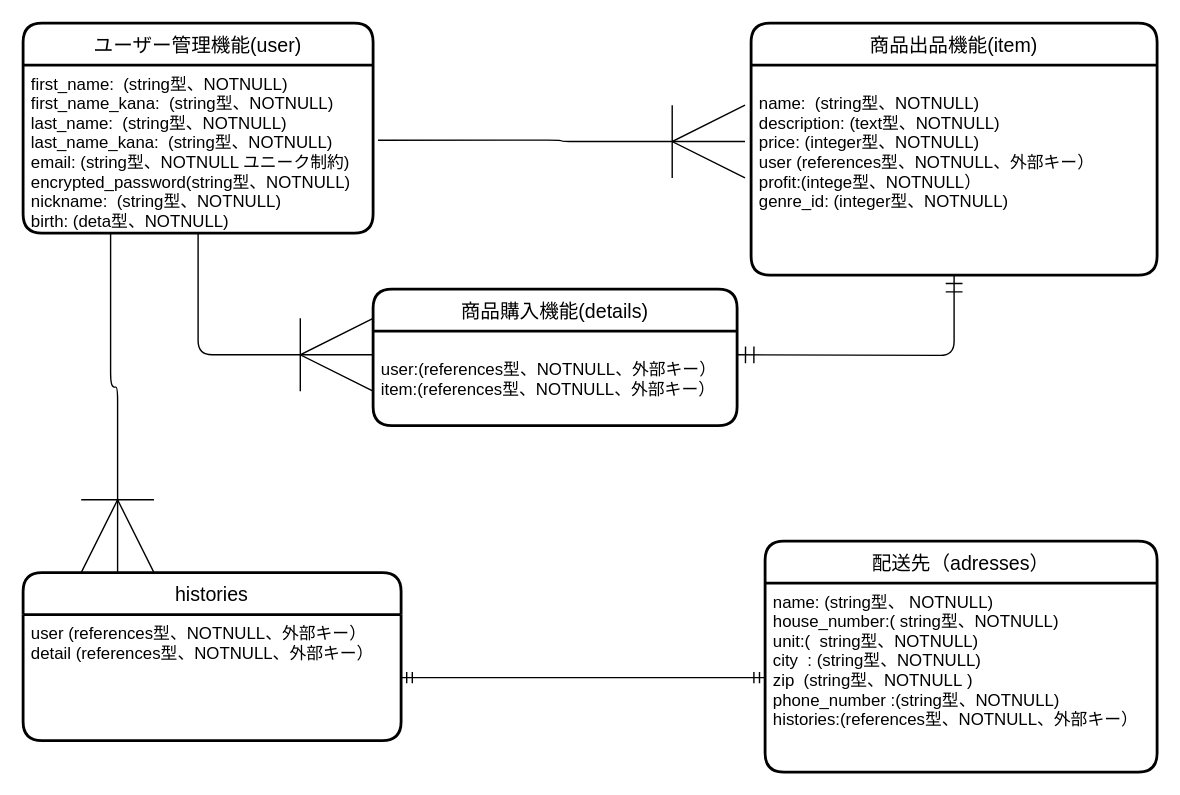
The draw.io diagram furima.dio in yoshiocamp/furima-40747, before the edit. Source tidied: cells renumbered, new cells numbered last; positions are measured from the earlier drawing's top-left corner, leaving out a move shared by most shapes. Both pictures are drawn from the tidied source at 140%, with x=0, y=0 at pixel (22, 22).
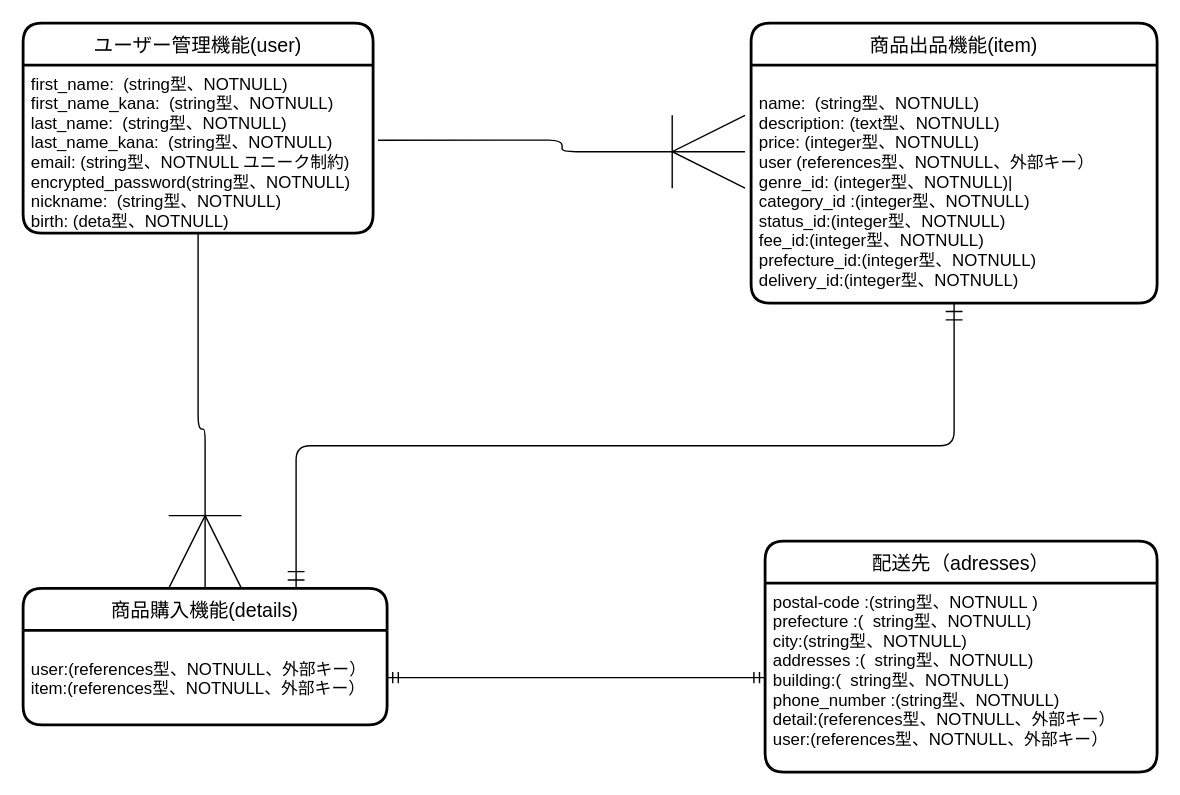
After the change.

Commit message (it also covers changes not shown here):
DB設計の修正５

The change refers to these unchanged cells:
```xml
<mxCell id="3" value="first_name:  (string型、NOTNULL)&#10;first_name_kana:  (string型、NOTNULL)&#10;last_name:  (string型、NOTNULL)&#10;last_name_kana:  (string型、NOTNULL)&#10;email: (string型、NOTNULL ユニーク制約)&#10;encrypted_password(string型、NOTNULL)&#10;nickname:  (string型、NOTNULL)&#10;birth: (deta型、NOTNULL)&#10;" style="align=left;strokeColor=none;fillColor=none;spacingLeft=4;fontSize=12;verticalAlign=top;" parent="2" vertex="1">
  <mxGeometry y="30" width="250" height="120" as="geometry" />
</mxCell>
<mxCell id="5" value="&#10;user:(references型、NOTNULL、外部キー）&#10;item:(references型、NOTNULL、外部キー）&#10;" style="align=left;strokeColor=none;fillColor=none;spacingLeft=4;fontSize=12;verticalAlign=top;" parent="4" vertex="1">
  <mxGeometry y="30" width="260" height="67.5" as="geometry" />
</mxCell>
<mxCell id="11" value="配送先（adresses）" style="swimlane;horizontal=1;startSize=30;rounded=1;fontSize=14;fontStyle=0;strokeWidth=2;shadow=0;dashed=0;align=center;" parent="1" vertex="1">
  <mxGeometry x="530" y="370" width="280" height="165" as="geometry" />
</mxCell>
```

Change to the diagram source:
```diff
@@
     <mxCell id="4" value="商品購入機能(details)" style="swimlane;horizontal=1;startSize=30;rounded=1;fontSize=14;fontStyle=0;strokeWidth=2;shadow=0;dashed=0;align=center;" parent="1" vertex="1">
-      <mxGeometry x="250" y="190" width="260" height="97.5" as="geometry" />
+      <mxGeometry y="403.8" width="260" height="97.5" as="geometry" />
     </mxCell>
@@
     <mxCell id="6" value="商品出品機能(item)" style="swimlane;horizontal=1;startSize=30;rounded=1;fontSize=14;fontStyle=0;strokeWidth=2;shadow=0;dashed=0;align=center;" parent="1" vertex="1">
-      <mxGeometry x="520" width="290" height="180" as="geometry" />
+      <mxGeometry x="520" width="290" height="200" as="geometry" />
     </mxCell>
-    <mxCell id="7" value="&#10;name:  (string型、NOTNULL)&#10;description: (text型、NOTNULL)&#10;price: (integer型、NOTNULL)&#10;user (references型、NOTNULL、外部キー）&#10;profit:(intege型、NOTNULL）&#10;genre_id: (integer型、NOTNULL)" style="align=left;strokeColor=none;fillColor=none;spacingLeft=4;fontSize=12;verticalAlign=top;" parent="6" vertex="1">
-      <mxGeometry y="30" width="290" height="150" as="geometry" />
+    <mxCell id="7" value="&#10;name:  (string型、NOTNULL)&#10;description: (text型、NOTNULL)&#10;price: (integer型、NOTNULL)&#10;user (references型、NOTNULL、外部キー）&#10;genre_id: (integer型、NOTNULL)|&#10;category_id :(integer型、NOTNULL)&#10;status_id:(integer型、NOTNULL)&#10;fee_id:(integer型、NOTNULL)&#10;prefecture_id:(integer型、NOTNULL)&#10;delivery_id:(integer型、NOTNULL)" style="align=left;strokeColor=none;fillColor=none;spacingLeft=4;fontSize=12;verticalAlign=top;" parent="6" vertex="1">
+      <mxGeometry y="30" width="290" height="170" as="geometry" />
     </mxCell>
@@
-    <mxCell id="9" style="edgeStyle=orthogonalEdgeStyle;fontSize=12;html=1;endArrow=ERoneToMany;startSize=10;endSize=50;sourcePerimeterSpacing=0;targetPerimeterSpacing=0;jumpStyle=none;jumpSize=5;exitX=0.5;exitY=1;exitDx=0;exitDy=0;entryX=0;entryY=0.25;entryDx=0;entryDy=0;" parent="1" edge="1" source="3">
+    <mxCell id="9" style="edgeStyle=orthogonalEdgeStyle;fontSize=12;html=1;endArrow=ERoneToMany;startSize=10;endSize=50;sourcePerimeterSpacing=0;targetPerimeterSpacing=0;jumpStyle=none;jumpSize=5;exitX=0.5;exitY=1;exitDx=0;exitDy=0;entryX=0.5;entryY=0;entryDx=0;entryDy=0;" parent="1" edge="1" source="3" target="4">
       <mxGeometry relative="1" as="geometry">
-        <mxPoint x="250" y="236.9" as="targetPoint" />
         <Array as="points">
-          <mxPoint x="125" y="237" />
+          <mxPoint x="125" y="290" />
+          <mxPoint x="130" y="290" />
         </Array>
       </mxGeometry>
     </mxCell>
-    <mxCell id="10" style="fontSize=12;html=1;endArrow=ERmandOne;startArrow=ERmandOne;startSize=10;endSize=10;sourcePerimeterSpacing=0;targetPerimeterSpacing=0;jumpStyle=none;jumpSize=5;entryX=0.5;entryY=1;entryDx=0;entryDy=0;exitX=1;exitY=0.25;exitDx=0;exitDy=0;edgeStyle=orthogonalEdgeStyle;" parent="1" edge="1" target="7">
-      <mxGeometry relative="1" as="geometry">
-        <mxPoint x="510" y="236.9" as="sourcePoint" />
-      </mxGeometry>
+    <mxCell id="10" style="fontSize=12;html=1;endArrow=ERmandOne;startArrow=ERmandOne;startSize=10;endSize=10;sourcePerimeterSpacing=0;targetPerimeterSpacing=0;jumpStyle=none;jumpSize=5;entryX=0.5;entryY=1;entryDx=0;entryDy=0;exitX=0.75;exitY=0;exitDx=0;exitDy=0;edgeStyle=orthogonalEdgeStyle;" parent="1" edge="1" source="4" target="7">
+      <mxGeometry relative="1" as="geometry" />
     </mxCell>
@@
-    <mxCell id="12" value="name: (string型、 NOTNULL)&#10;house_number:( string型、NOTNULL)&#10;unit:(  string型、NOTNULL)        &#10;city  : (string型、NOTNULL)            &#10;zip  (string型、NOTNULL )       &#10;phone_number :(string型、NOTNULL)&#10;histories:(references型、NOTNULL、外部キー）&#10;" style="align=left;strokeColor=none;fillColor=none;spacingLeft=4;fontSize=12;verticalAlign=top;" parent="11" vertex="1">
+    <mxCell id="12" value="postal-code :(string型、NOTNULL ) &#10;prefecture :(  string型、NOTNULL) &#10;city:(string型、NOTNULL) &#10;addresses :(  string型、NOTNULL)&#10;building:(  string型、NOTNULL)           &#10;phone_number :(string型、NOTNULL)&#10;detail:(references型、NOTNULL、外部キー）&#10;user:(references型、NOTNULL、外部キー）&#10;" style="align=left;strokeColor=none;fillColor=none;spacingLeft=4;fontSize=12;verticalAlign=top;" parent="11" vertex="1">
       <mxGeometry y="30" width="280" height="135" as="geometry" />
     </mxCell>
-    <mxCell id="13" style="edgeStyle=entityRelationEdgeStyle;fontSize=12;html=1;endArrow=ERmandOne;startArrow=ERmandOne;entryX=0;entryY=0.5;entryDx=0;entryDy=0;exitX=1;exitY=0.5;exitDx=0;exitDy=0;" parent="1" edge="1" source="16" target="12">
+    <mxCell id="13" style="edgeStyle=entityRelationEdgeStyle;fontSize=12;html=1;endArrow=ERmandOne;startArrow=ERmandOne;entryX=0;entryY=0.5;entryDx=0;entryDy=0;exitX=1;exitY=0.5;exitDx=0;exitDy=0;" parent="1" edge="1" source="5" target="12">
       <mxGeometry relative="1" as="geometry" />
     </mxCell>
-    <mxCell id="14" value="histories" style="swimlane;horizontal=1;startSize=30;rounded=1;fontSize=14;fontStyle=0;strokeWidth=2;shadow=0;dashed=0;align=center;" parent="1" vertex="1">
-      <mxGeometry y="392.5" width="270" height="120" as="geometry" />
-    </mxCell>
-    <mxCell id="15" style="edgeStyle=none;html=1;" parent="14" edge="1" source="16" target="14">
-      <mxGeometry relative="1" as="geometry" />
-    </mxCell>
-    <mxCell id="16" value="user (references型、NOTNULL、外部キー）&#10;detail (references型、NOTNULL、外部キー）" style="align=left;strokeColor=none;fillColor=none;spacingLeft=4;fontSize=12;verticalAlign=top;" parent="14" vertex="1">
-      <mxGeometry y="30" width="270" height="90" as="geometry" />
-    </mxCell>
-    <mxCell id="17" style="edgeStyle=orthogonalEdgeStyle;fontSize=12;html=1;endArrow=ERoneToMany;startSize=10;endSize=50;sourcePerimeterSpacing=0;targetPerimeterSpacing=0;jumpStyle=none;jumpSize=5;exitX=0.25;exitY=1;exitDx=0;exitDy=0;entryX=0.25;entryY=0;entryDx=0;entryDy=0;" parent="1" edge="1" source="3" target="14">
-      <mxGeometry relative="1" as="geometry">
-        <Array as="points">
-          <mxPoint x="62" y="260" />
-          <mxPoint x="68" y="260" />
-        </Array>
-      </mxGeometry>
-    </mxCell>
```
